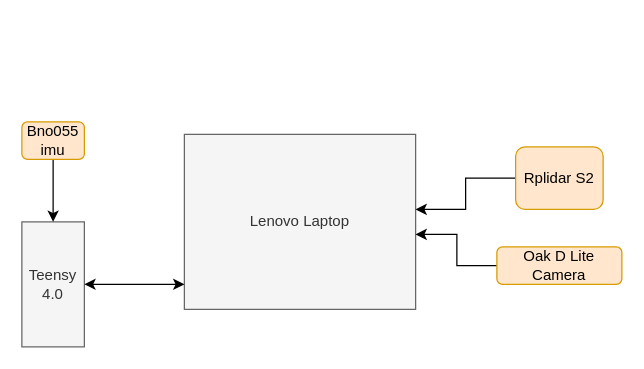
mekuro9/PWAO-CSU keeps this draw.io diagram as rotation_node/Physicalsetup.drawio. Above is the earlier version. Source tidied: cells renumbered, new cells numbered last; positions are measured from the earlier drawing's top-left corner, leaving out a move shared by most shapes. Both pictures are drawn from the tidied source at 125%, with x=0, y=0 at pixel (21, 121).
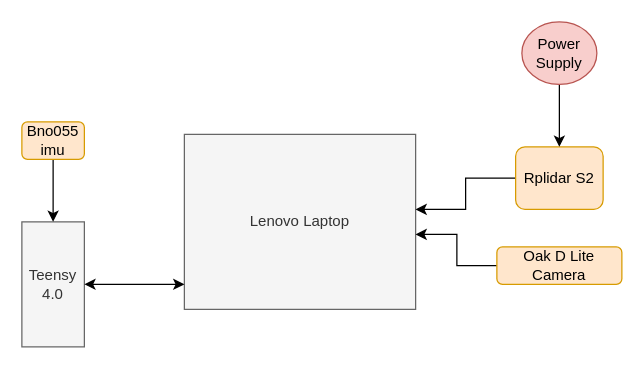
The same page after the edit.

The edit, as a diff of the source:
```diff
@@
 <mxGraphModel>
   <root>
     <mxCell id="0" />
     <mxCell id="1" parent="0" />
     <mxCell id="2" value="Lenovo Laptop " style="rounded=0;whiteSpace=wrap;html=1;fillColor=#f5f5f5;fontColor=#333333;strokeColor=#666666;" parent="1" vertex="1">
       <mxGeometry x="130" y="10" width="185" height="140" as="geometry" />
     </mxCell>
     <mxCell id="3" value="Teensy 4.0" style="rounded=0;whiteSpace=wrap;html=1;fillColor=#f5f5f5;fontColor=#333333;strokeColor=#666666;" parent="1" vertex="1">
       <mxGeometry y="80" width="50" height="100" as="geometry" />
     </mxCell>
     <mxCell id="4" style="edgeStyle=orthogonalEdgeStyle;rounded=0;jettySize=auto;html=1;entryX=0.5;entryY=0;entryDx=0;entryDy=0;" parent="1" edge="1" source="5" target="3">
       <mxGeometry relative="1" as="geometry" />
     </mxCell>
     <mxCell id="5" value="Bno055 imu" style="rounded=1;whiteSpace=wrap;html=1;fillColor=#ffe6cc;strokeColor=#d79b00;" parent="1" vertex="1">
       <mxGeometry width="50" height="30" as="geometry" />
     </mxCell>
     <mxCell id="6" style="edgeStyle=orthogonalEdgeStyle;rounded=0;jettySize=auto;html=1;" parent="1" edge="1" source="7" target="2">
       <mxGeometry relative="1" as="geometry">
         <Array as="points">
           <mxPoint x="355" y="45" />
           <mxPoint x="355" y="70" />
         </Array>
       </mxGeometry>
     </mxCell>
     <mxCell id="7" value="Rplidar S2" style="rounded=1;whiteSpace=wrap;html=1;fillColor=#ffe6cc;strokeColor=#d79b00;" parent="1" vertex="1">
       <mxGeometry x="395" y="20" width="70" height="50" as="geometry" />
     </mxCell>
     <mxCell id="8" style="edgeStyle=orthogonalEdgeStyle;rounded=0;jettySize=auto;html=1;" parent="1" edge="1" source="9" target="2">
       <mxGeometry relative="1" as="geometry">
         <Array as="points">
           <mxPoint x="348" y="115" />
           <mxPoint x="348" y="90" />
         </Array>
       </mxGeometry>
     </mxCell>
     <mxCell id="9" value="Oak D Lite Camera" style="rounded=1;whiteSpace=wrap;html=1;fillColor=#ffe6cc;strokeColor=#d79b00;" parent="1" vertex="1">
       <mxGeometry x="380" y="100" width="100" height="30" as="geometry" />
     </mxCell>
     <mxCell id="10" style="edgeStyle=orthogonalEdgeStyle;rounded=0;jettySize=auto;html=1;entryX=0;entryY=0.857;entryDx=0;entryDy=0;entryPerimeter=0;startArrow=classic;startFill=1;" parent="1" edge="1" source="3" target="2">
       <mxGeometry relative="1" as="geometry" />
     </mxCell>
+    <mxCell id="11" style="edgeStyle=orthogonalEdgeStyle;rounded=0;jettySize=auto;html=1;" parent="1" edge="1" source="12" target="7">
+      <mxGeometry relative="1" as="geometry" />
+    </mxCell>
+    <mxCell id="12" value="Power Supply" style="ellipse;whiteSpace=wrap;html=1;fillColor=#f8cecc;strokeColor=#b85450;" parent="1" vertex="1">
+      <mxGeometry x="400" y="-80" width="60" height="50" as="geometry" />
+    </mxCell>
   </root>
 </mxGraphModel>
```
